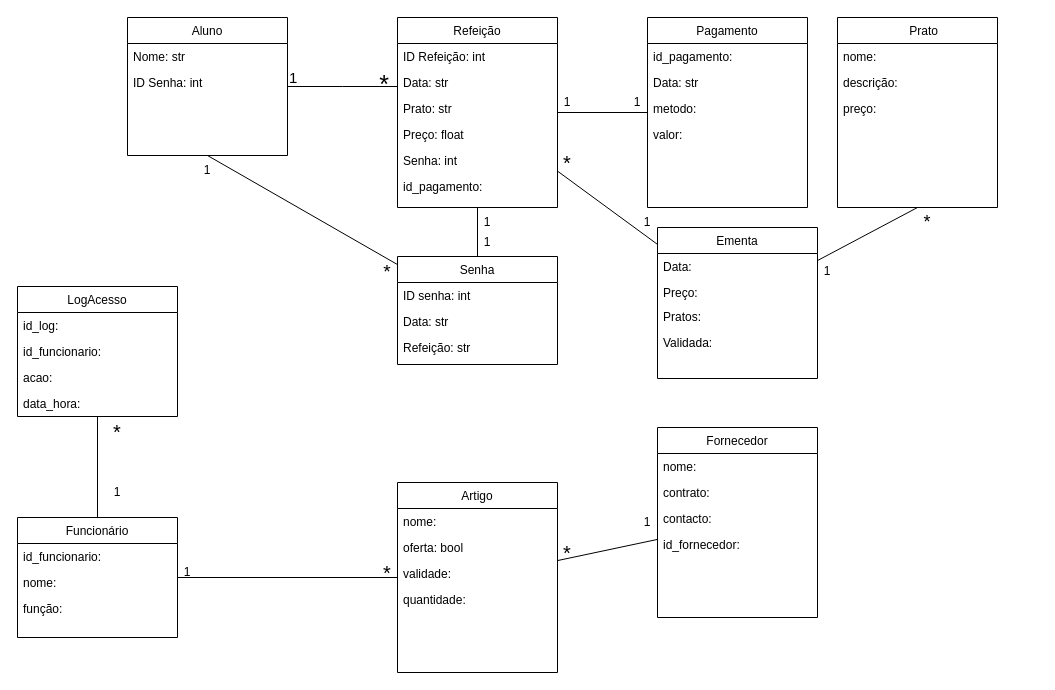
Mankz111/SchoolProjects keeps this draw.io diagram as Diagrama sem nome.drawio. Above is the earlier version. Source tidied: cells renumbered, new cells numbered last; positions are measured from the earlier drawing's top-left corner, leaving out a move shared by most shapes. Both pictures are drawn from the tidied source at 100%, with x=0, y=0 at pixel (17, 17).
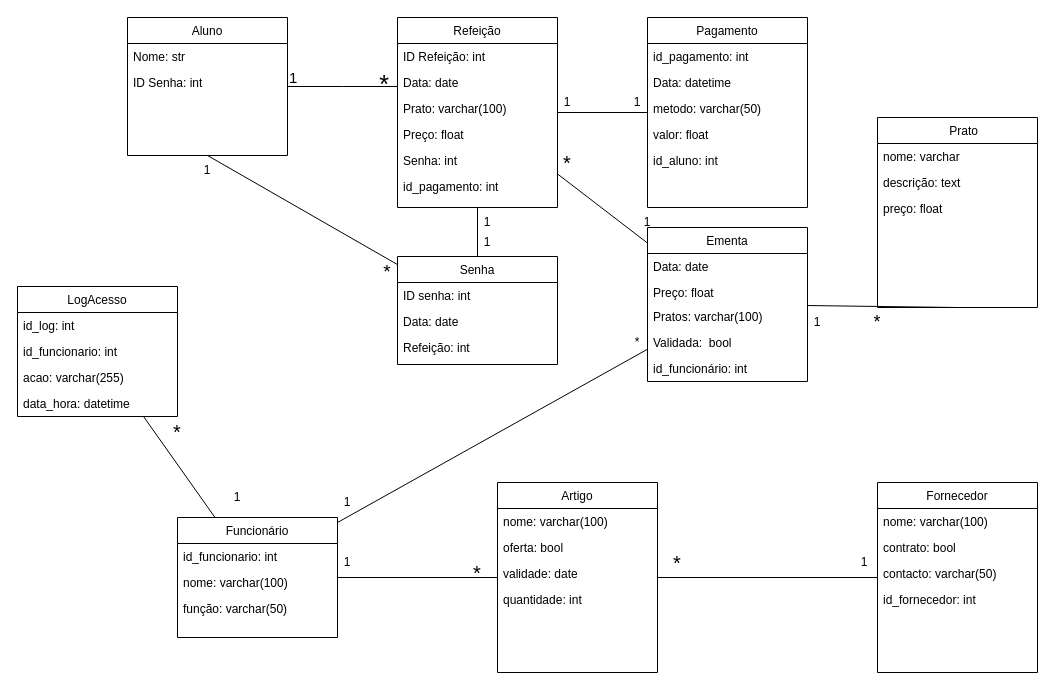
After the change.

The change refers to these unchanged cells:
```xml
<mxCell id="6" value="Senha" style="swimlane;fontStyle=0;align=center;verticalAlign=top;horizontal=1;startSize=26;rounded=0;shadow=0;strokeWidth=1;" parent="1" vertex="1">
  <mxGeometry x="380" y="239" width="160" height="108" as="geometry" />
</mxCell>
<mxCell id="15" value="Refeição" style="swimlane;fontStyle=0;align=center;verticalAlign=top;horizontal=1;startSize=26;rounded=0;shadow=0;strokeWidth=1;" parent="1" vertex="1">
  <mxGeometry x="380" width="160" height="190" as="geometry" />
</mxCell>
<mxCell id="35" value="LogAcesso" style="swimlane;fontStyle=0;align=center;verticalAlign=top;horizontal=1;startSize=26;rounded=0;shadow=0;strokeWidth=1;" parent="1" vertex="1">
  <mxGeometry y="269" width="160" height="130" as="geometry" />
</mxCell>
<mxCell id="50" value="Pagamento" style="swimlane;fontStyle=0;align=center;verticalAlign=top;horizontal=1;startSize=26;rounded=0;shadow=0;strokeWidth=1;" parent="1" vertex="1">
  <mxGeometry x="630" width="160" height="190" as="geometry" />
</mxCell>
```

What changed in the source:
```diff
@@
-    <mxCell id="8" value="Data: str" style="text;align=left;verticalAlign=top;spacingLeft=4;spacingRight=4;overflow=hidden;fontStyle=0;" parent="6" vertex="1">
+    <mxCell id="8" value="Data: date" style="text;align=left;verticalAlign=top;spacingLeft=4;spacingRight=4;overflow=hidden;fontStyle=0;" parent="6" vertex="1">
       <mxGeometry y="52" width="160" height="26" as="geometry" />
     </mxCell>
-    <mxCell id="9" value="Refeição: str" style="text;align=left;verticalAlign=top;spacingLeft=4;spacingRight=4;overflow=hidden;" parent="6" vertex="1">
+    <mxCell id="9" value="Refeição: int" style="text;align=left;verticalAlign=top;spacingLeft=4;spacingRight=4;overflow=hidden;" parent="6" vertex="1">
       <mxGeometry y="78" width="160" height="26" as="geometry" />
     </mxCell>
     <mxCell id="10" value="Ementa" style="swimlane;fontStyle=0;align=center;verticalAlign=top;horizontal=1;startSize=26;rounded=0;shadow=0;strokeWidth=1;" parent="1" vertex="1">
-      <mxGeometry x="640" y="210" width="160" height="151" as="geometry" />
+      <mxGeometry x="630" y="210" width="160" height="154" as="geometry" />
     </mxCell>
-    <mxCell id="11" value="Data:" style="text;align=left;verticalAlign=top;spacingLeft=4;spacingRight=4;overflow=hidden;" parent="10" vertex="1">
+    <mxCell id="11" value="Data: date" style="text;align=left;verticalAlign=top;spacingLeft=4;spacingRight=4;overflow=hidden;" parent="10" vertex="1">
       <mxGeometry y="26" width="160" height="26" as="geometry" />
     </mxCell>
-    <mxCell id="12" value="Preço:" style="text;align=left;verticalAlign=top;spacingLeft=4;spacingRight=4;overflow=hidden;" parent="10" vertex="1">
+    <mxCell id="12" value="Preço: float" style="text;align=left;verticalAlign=top;spacingLeft=4;spacingRight=4;overflow=hidden;" parent="10" vertex="1">
       <mxGeometry y="52" width="160" height="24" as="geometry" />
     </mxCell>
-    <mxCell id="13" value="Pratos:" style="text;align=left;verticalAlign=top;spacingLeft=4;spacingRight=4;overflow=hidden;" parent="10" vertex="1">
+    <mxCell id="13" value="Pratos: varchar(100)" style="text;align=left;verticalAlign=top;spacingLeft=4;spacingRight=4;overflow=hidden;" parent="10" vertex="1">
       <mxGeometry y="76" width="160" height="26" as="geometry" />
     </mxCell>
-    <mxCell id="14" value="Validada: " style="text;align=left;verticalAlign=top;spacingLeft=4;spacingRight=4;overflow=hidden;" parent="10" vertex="1">
+    <mxCell id="14" value="Validada:  bool" style="text;align=left;verticalAlign=top;spacingLeft=4;spacingRight=4;overflow=hidden;" parent="10" vertex="1">
       <mxGeometry y="102" width="160" height="26" as="geometry" />
     </mxCell>
+    <mxCell id="76" value="id_funcionário: int" style="text;align=left;verticalAlign=top;spacingLeft=4;spacingRight=4;overflow=hidden;" parent="10" vertex="1">
+      <mxGeometry y="128" width="160" height="26" as="geometry" />
+    </mxCell>
@@
-    <mxCell id="17" value="Data: str" style="text;align=left;verticalAlign=top;spacingLeft=4;spacingRight=4;overflow=hidden;rounded=0;shadow=0;html=0;" parent="15" vertex="1">
+    <mxCell id="17" value="Data: date" style="text;align=left;verticalAlign=top;spacingLeft=4;spacingRight=4;overflow=hidden;rounded=0;shadow=0;html=0;" parent="15" vertex="1">
       <mxGeometry y="52" width="160" height="26" as="geometry" />
     </mxCell>
-    <mxCell id="18" value="Prato: str" style="text;align=left;verticalAlign=top;spacingLeft=4;spacingRight=4;overflow=hidden;rounded=0;shadow=0;html=0;" parent="15" vertex="1">
+    <mxCell id="18" value="Prato: varchar(100)" style="text;align=left;verticalAlign=top;spacingLeft=4;spacingRight=4;overflow=hidden;rounded=0;shadow=0;html=0;" parent="15" vertex="1">
       <mxGeometry y="78" width="160" height="26" as="geometry" />
     </mxCell>
@@
-    <mxCell id="21" value="id_pagamento:" style="text;align=left;verticalAlign=top;spacingLeft=4;spacingRight=4;overflow=hidden;" parent="15" vertex="1">
+    <mxCell id="21" value="id_pagamento: int" style="text;align=left;verticalAlign=top;spacingLeft=4;spacingRight=4;overflow=hidden;" parent="15" vertex="1">
       <mxGeometry y="156" width="160" height="26" as="geometry" />
     </mxCell>
@@
     <mxCell id="27" value="    Prato" style="swimlane;fontStyle=0;align=center;verticalAlign=top;horizontal=1;startSize=26;rounded=0;shadow=0;strokeWidth=1;" parent="1" vertex="1">
-      <mxGeometry x="820" width="160" height="190" as="geometry" />
+      <mxGeometry x="860" y="100" width="160" height="190" as="geometry" />
     </mxCell>
-    <mxCell id="28" value="nome:" style="text;align=left;verticalAlign=top;spacingLeft=4;spacingRight=4;overflow=hidden;" parent="27" vertex="1">
+    <mxCell id="28" value="nome: varchar" style="text;align=left;verticalAlign=top;spacingLeft=4;spacingRight=4;overflow=hidden;" parent="27" vertex="1">
       <mxGeometry y="26" width="160" height="26" as="geometry" />
     </mxCell>
-    <mxCell id="29" value="descrição:" style="text;align=left;verticalAlign=top;spacingLeft=4;spacingRight=4;overflow=hidden;rounded=0;shadow=0;html=0;" parent="27" vertex="1">
+    <mxCell id="29" value="descrição: text" style="text;align=left;verticalAlign=top;spacingLeft=4;spacingRight=4;overflow=hidden;rounded=0;shadow=0;html=0;" parent="27" vertex="1">
       <mxGeometry y="52" width="160" height="26" as="geometry" />
     </mxCell>
-    <mxCell id="30" value="preço:" style="text;align=left;verticalAlign=top;spacingLeft=4;spacingRight=4;overflow=hidden;rounded=0;shadow=0;html=0;" parent="27" vertex="1">
+    <mxCell id="30" value="preço: float" style="text;align=left;verticalAlign=top;spacingLeft=4;spacingRight=4;overflow=hidden;rounded=0;shadow=0;html=0;" parent="27" vertex="1">
       <mxGeometry y="78" width="160" height="26" as="geometry" />
     </mxCell>
     <mxCell id="31" value="Funcionário" style="swimlane;fontStyle=0;align=center;verticalAlign=top;horizontal=1;startSize=26;rounded=0;shadow=0;strokeWidth=1;" parent="1" vertex="1">
-      <mxGeometry y="500" width="160" height="120" as="geometry" />
+      <mxGeometry x="160" y="500" width="160" height="120" as="geometry" />
     </mxCell>
-    <mxCell id="32" value="id_funcionario:" style="text;align=left;verticalAlign=top;spacingLeft=4;spacingRight=4;overflow=hidden;" parent="31" vertex="1">
+    <mxCell id="32" value="id_funcionario: int" style="text;align=left;verticalAlign=top;spacingLeft=4;spacingRight=4;overflow=hidden;" parent="31" vertex="1">
       <mxGeometry y="26" width="160" height="26" as="geometry" />
     </mxCell>
-    <mxCell id="33" value="nome:" style="text;align=left;verticalAlign=top;spacingLeft=4;spacingRight=4;overflow=hidden;rounded=0;shadow=0;html=0;" parent="31" vertex="1">
+    <mxCell id="33" value="nome: varchar(100)" style="text;align=left;verticalAlign=top;spacingLeft=4;spacingRight=4;overflow=hidden;rounded=0;shadow=0;html=0;" parent="31" vertex="1">
       <mxGeometry y="52" width="160" height="26" as="geometry" />
     </mxCell>
-    <mxCell id="34" value="função:" style="text;align=left;verticalAlign=top;spacingLeft=4;spacingRight=4;overflow=hidden;rounded=0;shadow=0;html=0;" parent="31" vertex="1">
+    <mxCell id="34" value="função: varchar(50)" style="text;align=left;verticalAlign=top;spacingLeft=4;spacingRight=4;overflow=hidden;rounded=0;shadow=0;html=0;" parent="31" vertex="1">
       <mxGeometry y="78" width="160" height="26" as="geometry" />
     </mxCell>
@@
-    <mxCell id="36" value="id_log:" style="text;align=left;verticalAlign=top;spacingLeft=4;spacingRight=4;overflow=hidden;" parent="35" vertex="1">
+    <mxCell id="36" value="id_log: int" style="text;align=left;verticalAlign=top;spacingLeft=4;spacingRight=4;overflow=hidden;" parent="35" vertex="1">
       <mxGeometry y="26" width="160" height="26" as="geometry" />
     </mxCell>
-    <mxCell id="37" value="id_funcionario:" style="text;align=left;verticalAlign=top;spacingLeft=4;spacingRight=4;overflow=hidden;rounded=0;shadow=0;html=0;" parent="35" vertex="1">
+    <mxCell id="37" value="id_funcionario: int" style="text;align=left;verticalAlign=top;spacingLeft=4;spacingRight=4;overflow=hidden;rounded=0;shadow=0;html=0;" parent="35" vertex="1">
       <mxGeometry y="52" width="160" height="26" as="geometry" />
     </mxCell>
-    <mxCell id="38" value="acao:" style="text;align=left;verticalAlign=top;spacingLeft=4;spacingRight=4;overflow=hidden;rounded=0;shadow=0;html=0;" parent="35" vertex="1">
+    <mxCell id="38" value="acao: varchar(255)" style="text;align=left;verticalAlign=top;spacingLeft=4;spacingRight=4;overflow=hidden;rounded=0;shadow=0;html=0;" parent="35" vertex="1">
       <mxGeometry y="78" width="160" height="26" as="geometry" />
     </mxCell>
-    <mxCell id="39" value="data_hora:" style="text;align=left;verticalAlign=top;spacingLeft=4;spacingRight=4;overflow=hidden;rounded=0;shadow=0;html=0;" parent="35" vertex="1">
+    <mxCell id="39" value="data_hora: datetime" style="text;align=left;verticalAlign=top;spacingLeft=4;spacingRight=4;overflow=hidden;rounded=0;shadow=0;html=0;" parent="35" vertex="1">
       <mxGeometry y="104" width="160" height="26" as="geometry" />
     </mxCell>
     <mxCell id="40" value="Artigo" style="swimlane;fontStyle=0;align=center;verticalAlign=top;horizontal=1;startSize=26;rounded=0;shadow=0;strokeWidth=1;" parent="1" vertex="1">
-      <mxGeometry x="380" y="465" width="160" height="190" as="geometry" />
+      <mxGeometry x="480" y="465" width="160" height="190" as="geometry" />
     </mxCell>
-    <mxCell id="41" value="nome:" style="text;align=left;verticalAlign=top;spacingLeft=4;spacingRight=4;overflow=hidden;" parent="40" vertex="1">
+    <mxCell id="41" value="nome: varchar(100)" style="text;align=left;verticalAlign=top;spacingLeft=4;spacingRight=4;overflow=hidden;" parent="40" vertex="1">
       <mxGeometry y="26" width="160" height="26" as="geometry" />
     </mxCell>
@@
-    <mxCell id="43" value="validade:" style="text;align=left;verticalAlign=top;spacingLeft=4;spacingRight=4;overflow=hidden;rounded=0;shadow=0;html=0;" parent="40" vertex="1">
+    <mxCell id="43" value="validade: date" style="text;align=left;verticalAlign=top;spacingLeft=4;spacingRight=4;overflow=hidden;rounded=0;shadow=0;html=0;" parent="40" vertex="1">
       <mxGeometry y="78" width="160" height="26" as="geometry" />
     </mxCell>
-    <mxCell id="44" value="quantidade:" style="text;align=left;verticalAlign=top;spacingLeft=4;spacingRight=4;overflow=hidden;rounded=0;shadow=0;html=0;" parent="40" vertex="1">
+    <mxCell id="44" value="quantidade: int" style="text;align=left;verticalAlign=top;spacingLeft=4;spacingRight=4;overflow=hidden;rounded=0;shadow=0;html=0;" parent="40" vertex="1">
       <mxGeometry y="104" width="160" height="26" as="geometry" />
     </mxCell>
     <mxCell id="45" value="Fornecedor" style="swimlane;fontStyle=0;align=center;verticalAlign=top;horizontal=1;startSize=26;rounded=0;shadow=0;strokeWidth=1;" parent="1" vertex="1">
-      <mxGeometry x="640" y="410" width="160" height="190" as="geometry" />
+      <mxGeometry x="860" y="465" width="160" height="190" as="geometry" />
     </mxCell>
-    <mxCell id="46" value="nome:" style="text;align=left;verticalAlign=top;spacingLeft=4;spacingRight=4;overflow=hidden;" parent="45" vertex="1">
+    <mxCell id="46" value="nome: varchar(100)" style="text;align=left;verticalAlign=top;spacingLeft=4;spacingRight=4;overflow=hidden;" parent="45" vertex="1">
       <mxGeometry y="26" width="160" height="26" as="geometry" />
     </mxCell>
-    <mxCell id="47" value="contrato:" style="text;align=left;verticalAlign=top;spacingLeft=4;spacingRight=4;overflow=hidden;rounded=0;shadow=0;html=0;" parent="45" vertex="1">
+    <mxCell id="47" value="contrato: bool" style="text;align=left;verticalAlign=top;spacingLeft=4;spacingRight=4;overflow=hidden;rounded=0;shadow=0;html=0;" parent="45" vertex="1">
       <mxGeometry y="52" width="160" height="26" as="geometry" />
     </mxCell>
-    <mxCell id="48" value="contacto:" style="text;align=left;verticalAlign=top;spacingLeft=4;spacingRight=4;overflow=hidden;rounded=0;shadow=0;html=0;" parent="45" vertex="1">
+    <mxCell id="48" value="contacto: varchar(50)" style="text;align=left;verticalAlign=top;spacingLeft=4;spacingRight=4;overflow=hidden;rounded=0;shadow=0;html=0;" parent="45" vertex="1">
       <mxGeometry y="78" width="160" height="26" as="geometry" />
     </mxCell>
-    <mxCell id="49" value="id_fornecedor:" style="text;align=left;verticalAlign=top;spacingLeft=4;spacingRight=4;overflow=hidden;rounded=0;shadow=0;html=0;" parent="45" vertex="1">
+    <mxCell id="49" value="id_fornecedor: int" style="text;align=left;verticalAlign=top;spacingLeft=4;spacingRight=4;overflow=hidden;rounded=0;shadow=0;html=0;" parent="45" vertex="1">
       <mxGeometry y="104" width="160" height="26" as="geometry" />
     </mxCell>
@@
-    <mxCell id="51" value="id_pagamento:" style="text;align=left;verticalAlign=top;spacingLeft=4;spacingRight=4;overflow=hidden;" parent="50" vertex="1">
+    <mxCell id="51" value="id_pagamento: int" style="text;align=left;verticalAlign=top;spacingLeft=4;spacingRight=4;overflow=hidden;" parent="50" vertex="1">
       <mxGeometry y="26" width="160" height="26" as="geometry" />
     </mxCell>
-    <mxCell id="52" value="Data: str" style="text;align=left;verticalAlign=top;spacingLeft=4;spacingRight=4;overflow=hidden;rounded=0;shadow=0;html=0;" parent="50" vertex="1">
+    <mxCell id="52" value="Data: datetime" style="text;align=left;verticalAlign=top;spacingLeft=4;spacingRight=4;overflow=hidden;rounded=0;shadow=0;html=0;" parent="50" vertex="1">
       <mxGeometry y="52" width="160" height="26" as="geometry" />
     </mxCell>
-    <mxCell id="53" value="metodo:" style="text;align=left;verticalAlign=top;spacingLeft=4;spacingRight=4;overflow=hidden;rounded=0;shadow=0;html=0;" parent="50" vertex="1">
+    <mxCell id="53" value="metodo: varchar(50)" style="text;align=left;verticalAlign=top;spacingLeft=4;spacingRight=4;overflow=hidden;rounded=0;shadow=0;html=0;" parent="50" vertex="1">
       <mxGeometry y="78" width="160" height="26" as="geometry" />
     </mxCell>
-    <mxCell id="54" value="valor:" style="text;align=left;verticalAlign=top;spacingLeft=4;spacingRight=4;overflow=hidden;rounded=0;shadow=0;html=0;" parent="50" vertex="1">
+    <mxCell id="54" value="valor: float" style="text;align=left;verticalAlign=top;spacingLeft=4;spacingRight=4;overflow=hidden;rounded=0;shadow=0;html=0;" parent="50" vertex="1">
       <mxGeometry y="104" width="160" height="26" as="geometry" />
     </mxCell>
+    <mxCell id="77" value="id_aluno: int" style="text;align=left;verticalAlign=top;spacingLeft=4;spacingRight=4;overflow=hidden;rounded=0;shadow=0;html=0;" parent="50" vertex="1">
+      <mxGeometry y="130" width="160" height="26" as="geometry" />
+    </mxCell>
@@
     <mxCell id="62" value="&lt;font style=&quot;font-size: 18px;&quot;&gt;*&lt;/font&gt;" style="text;html=1;align=center;verticalAlign=middle;whiteSpace=wrap;rounded=0;" parent="1" vertex="1">
-      <mxGeometry x="880" y="190" width="60" height="30" as="geometry" />
+      <mxGeometry x="830" y="290" width="60" height="30" as="geometry" />
     </mxCell>
     <mxCell id="63" value="1" style="text;html=1;align=center;verticalAlign=middle;whiteSpace=wrap;rounded=0;" parent="1" vertex="1">
-      <mxGeometry x="780" y="239" width="60" height="30" as="geometry" />
+      <mxGeometry x="770" y="290" width="60" height="30" as="geometry" />
     </mxCell>
@@
     <mxCell id="68" value="1" style="text;html=1;align=center;verticalAlign=middle;whiteSpace=wrap;rounded=0;" parent="1" vertex="1">
-      <mxGeometry x="600" y="490" width="60" height="30" as="geometry" />
+      <mxGeometry x="817" y="530" width="60" height="30" as="geometry" />
     </mxCell>
     <mxCell id="69" value="&lt;font style=&quot;font-size: 20px;&quot;&gt;*&lt;/font&gt;" style="text;html=1;align=center;verticalAlign=middle;whiteSpace=wrap;rounded=0;" parent="1" vertex="1">
-      <mxGeometry x="520" y="520" width="60" height="30" as="geometry" />
+      <mxGeometry x="630" y="530" width="60" height="30" as="geometry" />
     </mxCell>
@@
     <mxCell id="71" value="1" style="text;html=1;align=center;verticalAlign=middle;whiteSpace=wrap;rounded=0;" parent="1" vertex="1">
-      <mxGeometry x="70" y="460" width="60" height="30" as="geometry" />
+      <mxGeometry x="190" y="465" width="60" height="30" as="geometry" />
     </mxCell>
     <mxCell id="72" value="&lt;font style=&quot;font-size: 20px;&quot;&gt;*&lt;/font&gt;" style="text;html=1;align=center;verticalAlign=middle;whiteSpace=wrap;rounded=0;" parent="1" vertex="1">
-      <mxGeometry x="70" y="399" width="60" height="30" as="geometry" />
+      <mxGeometry x="130" y="399" width="60" height="30" as="geometry" />
     </mxCell>
@@
     <mxCell id="74" value="1" style="text;html=1;align=center;verticalAlign=middle;whiteSpace=wrap;rounded=0;" parent="1" vertex="1">
-      <mxGeometry x="140" y="540" width="60" height="30" as="geometry" />
+      <mxGeometry x="300" y="530" width="60" height="30" as="geometry" />
     </mxCell>
     <mxCell id="75" value="&lt;font style=&quot;font-size: 20px;&quot;&gt;*&lt;/font&gt;" style="text;html=1;align=center;verticalAlign=middle;whiteSpace=wrap;rounded=0;" parent="1" vertex="1">
-      <mxGeometry x="340" y="540" width="60" height="30" as="geometry" />
+      <mxGeometry x="430" y="540" width="60" height="30" as="geometry" />
     </mxCell>
+    <mxCell id="78" style="endArrow=none;html=1;rounded=0;" parent="1" edge="1" target="10">
+      <mxGeometry relative="1" as="geometry">
+        <mxPoint x="320" y="505" as="sourcePoint" />
+      </mxGeometry>
+    </mxCell>
+    <mxCell id="79" value="1" style="text;html=1;align=center;verticalAlign=middle;whiteSpace=wrap;rounded=0;" parent="1" vertex="1">
+      <mxGeometry x="300" y="470" width="60" height="30" as="geometry" />
+    </mxCell>
+    <mxCell id="80" value="*" style="text;html=1;align=center;verticalAlign=middle;whiteSpace=wrap;rounded=0;" parent="1" vertex="1">
+      <mxGeometry x="590" y="310" width="60" height="30" as="geometry" />
+    </mxCell>
```
